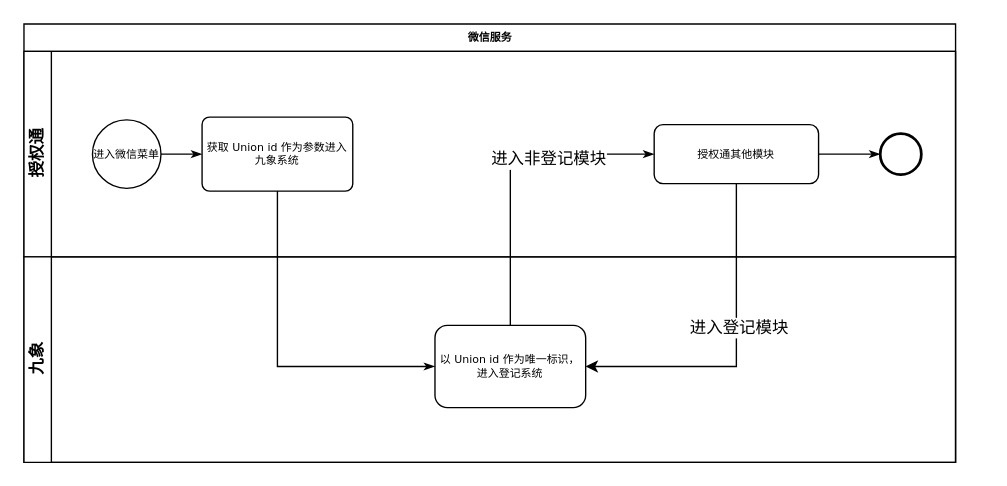
Before: elc/CIPE.drawio in russell7/draw.io, a draw.io diagram. Source tidied: cells renumbered, new cells numbered last; positions are measured from the earlier drawing's top-left corner, leaving out a move shared by most shapes. Both pictures are drawn from the tidied source at 137%, with x=0, y=0 at pixel (23, 23).
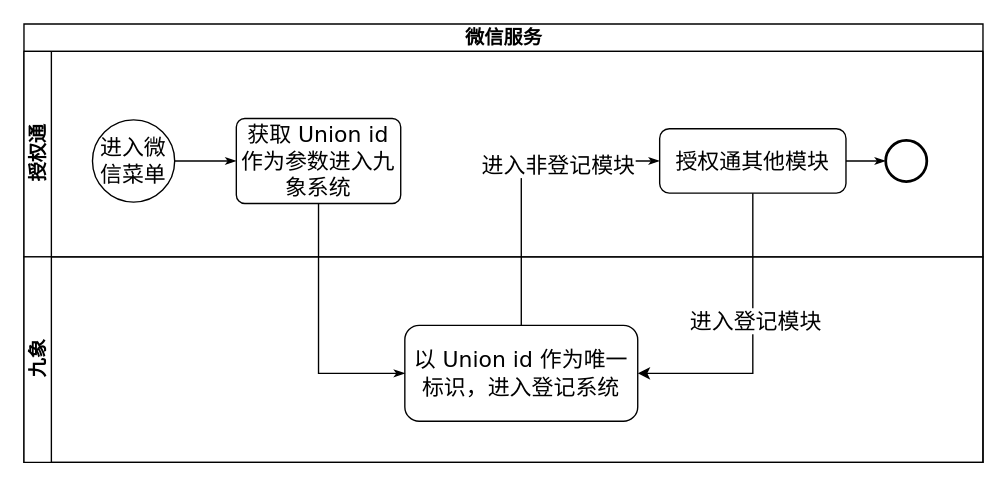
The same page after the edit.

Diff of the diagram source:
```diff
@@
 <mxGraphModel background="#ffffff">
   <root>
     <mxCell id="0" />
     <mxCell id="1" parent="0" />
-    <mxCell id="2" value="微信服务" style="swimlane;html=1;horizontal=1;startSize=20;rounded=0;shadow=0;labelBackgroundColor=none;strokeColor=#000000;strokeWidth=1;fillColor=#ffffff;fontFamily=Verdana;fontSize=8;fontColor=#000000;align=center;" parent="1" vertex="1">
-      <mxGeometry width="680" height="320" as="geometry" />
+    <mxCell id="2" value="微信服务" style="swimlane;html=1;horizontal=1;startSize=20;rounded=0;shadow=0;labelBackgroundColor=none;strokeColor=#000000;strokeWidth=1;fillColor=#ffffff;fontFamily=Verdana;fontSize=14;fontColor=#000000;align=center;" parent="1" vertex="1">
+      <mxGeometry width="700" height="320" as="geometry" />
     </mxCell>
-    <mxCell id="3" value="授权通" style="swimlane;html=1;startSize=20;horizontal=0;" parent="2" vertex="1">
-      <mxGeometry y="20" width="680" height="150" as="geometry" />
+    <mxCell id="3" value="授权通" style="swimlane;html=1;startSize=20;horizontal=0;fontSize=14;" parent="2" vertex="1">
+      <mxGeometry y="20" width="700" height="150" as="geometry" />
     </mxCell>
-    <mxCell id="4" style="edgeStyle=orthogonalEdgeStyle;rounded=0;html=1;labelBackgroundColor=none;startArrow=none;startFill=0;startSize=5;endArrow=classicThin;endFill=1;endSize=5;jettySize=auto;strokeColor=#000000;strokeWidth=1;fontFamily=Verdana;fontSize=8;fontColor=#000000;verticalAlign=middle;" parent="3" edge="1" source="5" target="6">
+    <mxCell id="4" style="edgeStyle=orthogonalEdgeStyle;rounded=0;html=1;labelBackgroundColor=none;startArrow=none;startFill=0;startSize=5;endArrow=classicThin;endFill=1;endSize=5;jettySize=auto;strokeColor=#000000;strokeWidth=1;fontFamily=Verdana;fontSize=16;fontColor=#000000;verticalAlign=middle;" parent="3" edge="1" source="5" target="6">
       <mxGeometry relative="1" as="geometry" />
     </mxCell>
-    <mxCell id="5" value="&lt;span&gt;进入微信菜单&lt;/span&gt;" style="ellipse;whiteSpace=wrap;html=1;rounded=0;shadow=0;labelBackgroundColor=none;strokeColor=#000000;strokeWidth=1;fillColor=#ffffff;fontFamily=Verdana;fontSize=8;fontColor=#000000;align=center;verticalAlign=middle;" parent="3" vertex="1">
-      <mxGeometry x="50" y="50" width="50" height="50" as="geometry" />
+    <mxCell id="5" value="&lt;span style=&quot;font-size: 16px;&quot;&gt;进入微信菜单&lt;/span&gt;" style="ellipse;whiteSpace=wrap;html=1;rounded=0;shadow=0;labelBackgroundColor=none;strokeColor=#000000;strokeWidth=1;fillColor=#ffffff;fontFamily=Verdana;fontSize=16;fontColor=#000000;align=center;verticalAlign=middle;" parent="3" vertex="1">
+      <mxGeometry x="50" y="50" width="60" height="60" as="geometry" />
     </mxCell>
-    <mxCell id="6" value="获取 Union id 作为参数进入九象系统" style="rounded=1;whiteSpace=wrap;html=1;shadow=0;labelBackgroundColor=none;strokeColor=#000000;strokeWidth=1;fillColor=#ffffff;fontFamily=Verdana;fontSize=8;fontColor=#000000;align=center;arcSize=10;verticalAlign=middle;" parent="3" vertex="1">
-      <mxGeometry x="130" y="48" width="110" height="54" as="geometry" />
+    <mxCell id="6" value="获取 Union id 作为参数进入九象系统" style="rounded=1;whiteSpace=wrap;html=1;shadow=0;labelBackgroundColor=none;strokeColor=#000000;strokeWidth=1;fillColor=#ffffff;fontFamily=Verdana;fontSize=16;fontColor=#000000;align=center;arcSize=10;verticalAlign=middle;" parent="3" vertex="1">
+      <mxGeometry x="155" y="49" width="120" height="62" as="geometry" />
     </mxCell>
-    <mxCell id="7" style="edgeStyle=orthogonalEdgeStyle;rounded=0;html=1;labelBackgroundColor=none;startArrow=none;startFill=0;startSize=5;endArrow=classicThin;endFill=1;endSize=5;jettySize=auto;strokeColor=#000000;strokeWidth=1;fontFamily=Verdana;fontSize=8;fontColor=#000000;verticalAlign=middle;" parent="3" edge="1" source="8" target="9">
+    <mxCell id="7" style="edgeStyle=orthogonalEdgeStyle;rounded=0;html=1;labelBackgroundColor=none;startArrow=none;startFill=0;startSize=5;endArrow=classicThin;endFill=1;endSize=5;jettySize=auto;strokeColor=#000000;strokeWidth=1;fontFamily=Verdana;fontSize=16;fontColor=#000000;verticalAlign=middle;" parent="3" edge="1" source="8" target="9">
       <mxGeometry relative="1" as="geometry" />
     </mxCell>
-    <mxCell id="8" value="授权通其他模块" style="rounded=1;whiteSpace=wrap;html=1;shadow=0;labelBackgroundColor=none;strokeColor=#000000;strokeWidth=1;fillColor=#ffffff;fontFamily=Verdana;fontSize=8;fontColor=#000000;align=center;verticalAlign=middle;" parent="3" vertex="1">
-      <mxGeometry x="460" y="53.5" width="120" height="43" as="geometry" />
+    <mxCell id="8" value="授权通其他模块" style="rounded=1;whiteSpace=wrap;html=1;shadow=0;labelBackgroundColor=none;strokeColor=#000000;strokeWidth=1;fillColor=#ffffff;fontFamily=Verdana;fontSize=16;fontColor=#000000;align=center;verticalAlign=middle;" parent="3" vertex="1">
+      <mxGeometry x="464" y="56.5" width="136" height="47" as="geometry" />
     </mxCell>
-    <mxCell id="9" style="ellipse;whiteSpace=wrap;html=1;rounded=0;shadow=0;labelBackgroundColor=none;strokeColor=#000000;strokeWidth=2;fillColor=#ffffff;fontFamily=Verdana;fontSize=8;fontColor=#000000;align=center;verticalAlign=middle;" parent="3" vertex="1">
-      <mxGeometry x="625" y="60" width="30" height="30" as="geometry" />
+    <mxCell id="9" style="ellipse;whiteSpace=wrap;html=1;rounded=0;shadow=0;labelBackgroundColor=none;strokeColor=#000000;strokeWidth=2;fillColor=#ffffff;fontFamily=Verdana;fontSize=16;fontColor=#000000;align=center;verticalAlign=middle;" parent="3" vertex="1">
+      <mxGeometry x="629" y="65" width="30" height="30" as="geometry" />
     </mxCell>
-    <mxCell id="10" value="九象" style="swimlane;html=1;startSize=20;horizontal=0;" parent="2" vertex="1">
-      <mxGeometry y="170" width="680" height="150" as="geometry" />
+    <mxCell id="10" value="九象" style="swimlane;html=1;startSize=20;horizontal=0;fontSize=14;" parent="2" vertex="1">
+      <mxGeometry y="170" width="700" height="150" as="geometry" />
     </mxCell>
-    <mxCell id="11" value="以 Union id 作为唯一标识，进入登记系统" style="rounded=1;whiteSpace=wrap;html=1;shadow=0;labelBackgroundColor=none;strokeColor=#000000;strokeWidth=1;fillColor=#ffffff;fontFamily=Verdana;fontSize=8;fontColor=#000000;align=center;" parent="10" vertex="1">
-      <mxGeometry x="300" y="50" width="110" height="60" as="geometry" />
+    <mxCell id="11" value="以 Union id 作为唯一标识，进入登记系统" style="rounded=1;whiteSpace=wrap;html=1;shadow=0;labelBackgroundColor=none;strokeColor=#000000;strokeWidth=1;fillColor=#ffffff;fontFamily=Verdana;fontSize=16;fontColor=#000000;align=center;" parent="10" vertex="1">
+      <mxGeometry x="278" y="50" width="170" height="70" as="geometry" />
     </mxCell>
-    <mxCell id="12" style="edgeStyle=orthogonalEdgeStyle;rounded=0;html=1;labelBackgroundColor=none;startArrow=none;startFill=0;startSize=5;endArrow=classicThin;endFill=1;endSize=5;jettySize=auto;strokeColor=#000000;strokeWidth=1;fontFamily=Verdana;fontSize=8;fontColor=#000000;exitX=0.5;exitY=1;exitDx=0;exitDy=0;entryX=0;entryY=0.5;entryDx=0;entryDy=0;" parent="2" edge="1" source="6" target="11">
+    <mxCell id="12" style="edgeStyle=orthogonalEdgeStyle;rounded=0;html=1;labelBackgroundColor=none;startArrow=none;startFill=0;startSize=5;endArrow=classicThin;endFill=1;endSize=5;jettySize=auto;strokeColor=#000000;strokeWidth=1;fontFamily=Verdana;fontSize=16;fontColor=#000000;exitX=0.5;exitY=1;exitDx=0;exitDy=0;entryX=0;entryY=0.5;entryDx=0;entryDy=0;" parent="2" edge="1" source="6" target="11">
       <mxGeometry relative="1" as="geometry" />
     </mxCell>
-    <mxCell id="13" style="edgeStyle=orthogonalEdgeStyle;rounded=0;html=1;labelBackgroundColor=none;startArrow=none;startFill=0;startSize=5;endArrow=classicThin;endFill=1;endSize=5;jettySize=auto;strokeColor=#000000;strokeWidth=1;fontFamily=Verdana;fontSize=8;fontColor=#000000;entryX=0;entryY=0.5;entryDx=0;entryDy=0;exitX=0.5;exitY=0;exitDx=0;exitDy=0;" parent="2" edge="1" source="11" target="8">
+    <mxCell id="13" style="edgeStyle=orthogonalEdgeStyle;rounded=0;html=1;labelBackgroundColor=none;startArrow=none;startFill=0;startSize=5;endArrow=classicThin;endFill=1;endSize=5;jettySize=auto;strokeColor=#000000;strokeWidth=1;fontFamily=Verdana;fontSize=16;fontColor=#000000;entryX=0;entryY=0.5;entryDx=0;entryDy=0;exitX=0.5;exitY=0;exitDx=0;exitDy=0;" parent="2" edge="1" source="11" target="8">
       <mxGeometry relative="1" as="geometry" />
     </mxCell>
-    <mxCell id="14" value="进入非登记模块" style="text;html=1;align=center;verticalAlign=middle;labelBackgroundColor=#ffffff;" parent="13" vertex="1">
+    <mxCell id="14" value="进入非登记模块" style="text;html=1;align=center;verticalAlign=middle;labelBackgroundColor=#ffffff;fontSize=16;" parent="13" vertex="1">
       <mxGeometry x="0.32" y="-4" relative="1" as="geometry">
-        <mxPoint y="-1" as="offset" />
+        <mxPoint y="-2" as="offset" />
       </mxGeometry>
     </mxCell>
-    <mxCell id="15" style="edgeStyle=orthogonalEdgeStyle;rounded=0;jettySize=auto;html=1;entryX=1;entryY=0.5;entryDx=0;entryDy=0;exitX=0.5;exitY=1;exitDx=0;exitDy=0;" parent="2" edge="1" source="8" target="11">
+    <mxCell id="15" style="edgeStyle=orthogonalEdgeStyle;rounded=0;jettySize=auto;html=1;entryX=1;entryY=0.5;entryDx=0;entryDy=0;exitX=0.5;exitY=1;exitDx=0;exitDy=0;fontSize=16;" parent="2" edge="1" source="8" target="11">
       <mxGeometry relative="1" as="geometry" />
     </mxCell>
-    <mxCell id="16" value="进入登记模块" style="text;html=1;align=center;verticalAlign=middle;labelBackgroundColor=#ffffff;" parent="15" vertex="1">
+    <mxCell id="16" value="进入登记模块" style="text;html=1;align=center;verticalAlign=middle;labelBackgroundColor=#ffffff;fontSize=16;" parent="15" vertex="1">
       <mxGeometry x="-0.14" y="1" relative="1" as="geometry" />
     </mxCell>
   </root>
 </mxGraphModel>
```
